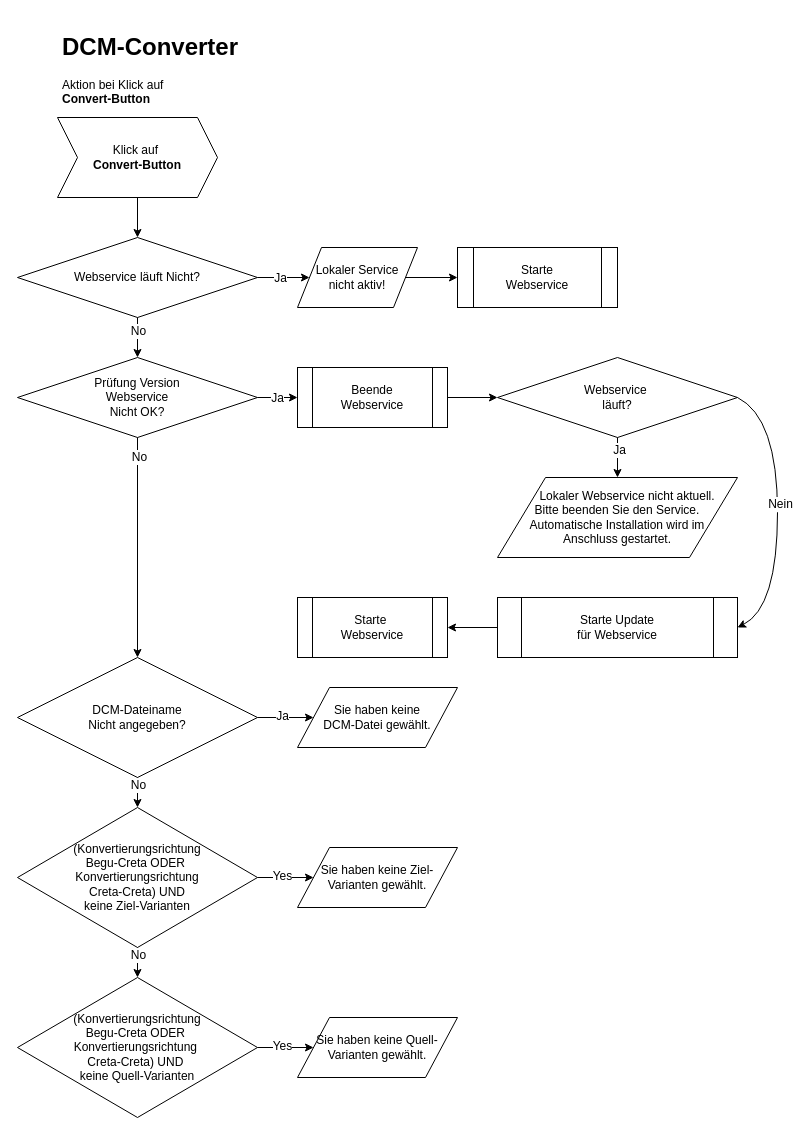
toohoo/thotakefile keeps this draw.io diagram as page "Page-2" (2 of 2) of PAP-convertButton_Click.drawio. Above is the earlier version. Source tidied: cells renumbered, new cells numbered last; positions are measured from the earlier drawing's top-left corner, leaving out a move shared by most shapes. Both pictures are drawn from the tidied source at 100%, with x=0, y=0 at pixel (17, 27).
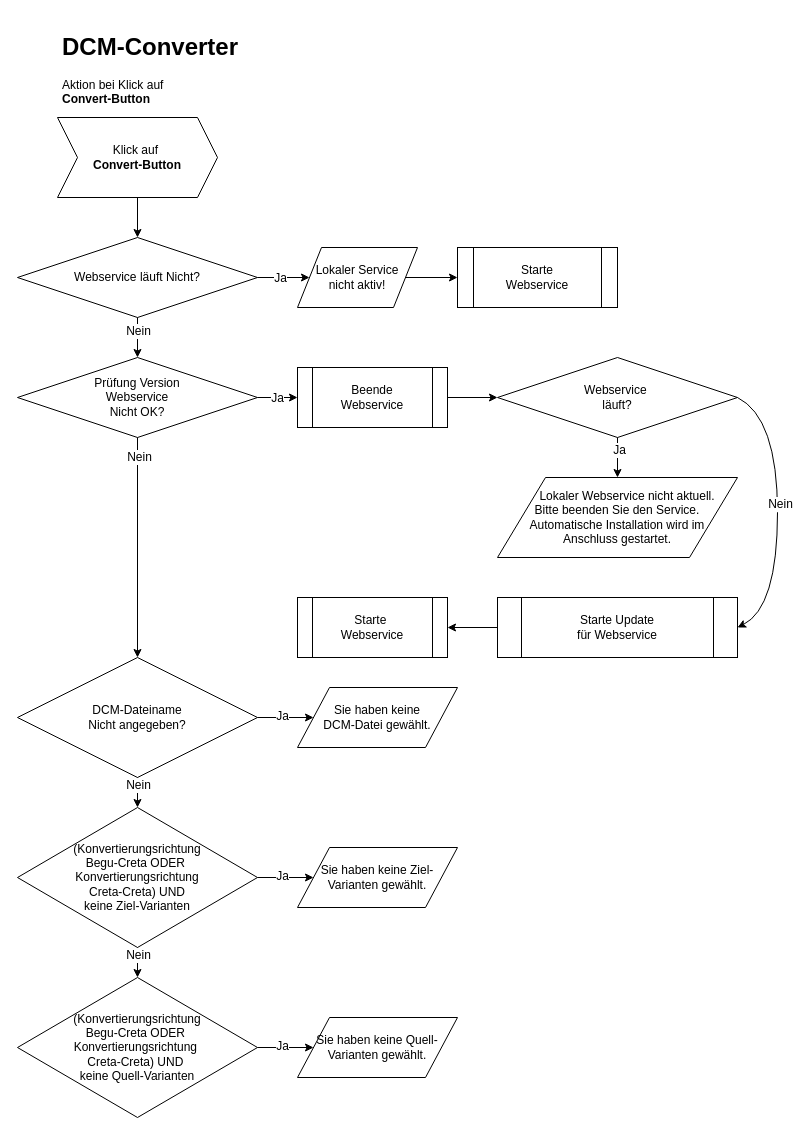
Above is the later version.

The change refers to these unchanged cells:
```xml
<mxCell id="12" style="endArrow=classic;html=1;exitX=0.5;exitY=1;exitDx=0;exitDy=0;" parent="1" edge="1" source="4" target="11">
  <mxGeometry relative="1" as="geometry" />
</mxCell>
<mxCell id="28" style="endArrow=classic;html=1;exitX=0.5;exitY=1;exitDx=0;exitDy=0;" parent="1" edge="1" source="11" target="27">
  <mxGeometry relative="1" as="geometry" />
</mxCell>
<mxCell id="34" style="endArrow=classic;html=1;exitX=0.5;exitY=1;exitDx=0;exitDy=0;entryX=0.5;entryY=0;entryDx=0;entryDy=0;" parent="1" edge="1" source="27" target="33">
  <mxGeometry relative="1" as="geometry" />
</mxCell>
<mxCell id="37" style="endArrow=classic;html=1;entryX=0;entryY=0.5;entryDx=0;entryDy=0;exitX=1;exitY=0.5;exitDx=0;exitDy=0;" parent="1" edge="1" source="33" target="36">
  <mxGeometry relative="1" as="geometry" />
</mxCell>
<mxCell id="40" style="endArrow=classic;html=1;exitX=0.5;exitY=1;exitDx=0;exitDy=0;entryX=0.5;entryY=0;entryDx=0;entryDy=0;" parent="1" edge="1" source="33" target="39">
  <mxGeometry relative="1" as="geometry" />
</mxCell>
<mxCell id="43" style="endArrow=classic;html=1;entryX=0;entryY=0.5;entryDx=0;entryDy=0;exitX=1;exitY=0.5;exitDx=0;exitDy=0;" parent="1" edge="1" source="39" target="42">
  <mxGeometry relative="1" as="geometry" />
</mxCell>
```

Diff of the diagram source:
```diff
@@
-    <mxCell id="13" value="No" style="text;html=1;align=center;verticalAlign=middle;labelBackgroundColor=#ffffff;" parent="12" vertex="1">
+    <mxCell id="13" value="Nein" style="text;html=1;align=center;verticalAlign=middle;labelBackgroundColor=#ffffff;" parent="12" vertex="1">
       <mxGeometry x="-0.37" relative="1" as="geometry" />
     </mxCell>
@@
-    <mxCell id="29" value="No" style="text;html=1;align=center;verticalAlign=middle;labelBackgroundColor=#ffffff;" parent="28" vertex="1">
+    <mxCell id="29" value="Nein" style="text;html=1;align=center;verticalAlign=middle;labelBackgroundColor=#ffffff;" parent="28" vertex="1">
       <mxGeometry x="-0.83" y="1" relative="1" as="geometry" />
     </mxCell>
@@
-    <mxCell id="35" value="No" style="text;html=1;align=center;verticalAlign=middle;labelBackgroundColor=#ffffff;" parent="34" vertex="1">
+    <mxCell id="35" value="Nein" style="text;html=1;align=center;verticalAlign=middle;labelBackgroundColor=#ffffff;" parent="34" vertex="1">
       <mxGeometry x="-0.53" relative="1" as="geometry" />
     </mxCell>
@@
-    <mxCell id="38" value="Yes" style="text;html=1;align=center;verticalAlign=middle;labelBackgroundColor=#ffffff;" parent="37" vertex="1">
+    <mxCell id="38" value="Ja" style="text;html=1;align=center;verticalAlign=middle;labelBackgroundColor=#ffffff;" parent="37" vertex="1">
       <mxGeometry x="-0.52" y="-1" relative="1" as="geometry">
         <mxPoint x="11" y="-2.5" as="offset" />
       </mxGeometry>
     </mxCell>
@@
-    <mxCell id="41" value="No" style="text;html=1;align=center;verticalAlign=middle;labelBackgroundColor=#ffffff;" parent="40" vertex="1">
+    <mxCell id="41" value="Nein" style="text;html=1;align=center;verticalAlign=middle;labelBackgroundColor=#ffffff;" parent="40" vertex="1">
       <mxGeometry x="-0.53" relative="1" as="geometry" />
     </mxCell>
@@
-    <mxCell id="44" value="Yes" style="text;html=1;align=center;verticalAlign=middle;labelBackgroundColor=#ffffff;" parent="43" vertex="1">
+    <mxCell id="44" value="Ja" style="text;html=1;align=center;verticalAlign=middle;labelBackgroundColor=#ffffff;" parent="43" vertex="1">
       <mxGeometry x="-0.52" y="-1" relative="1" as="geometry">
         <mxPoint x="11" y="-2.5" as="offset" />
       </mxGeometry>
     </mxCell>
```
